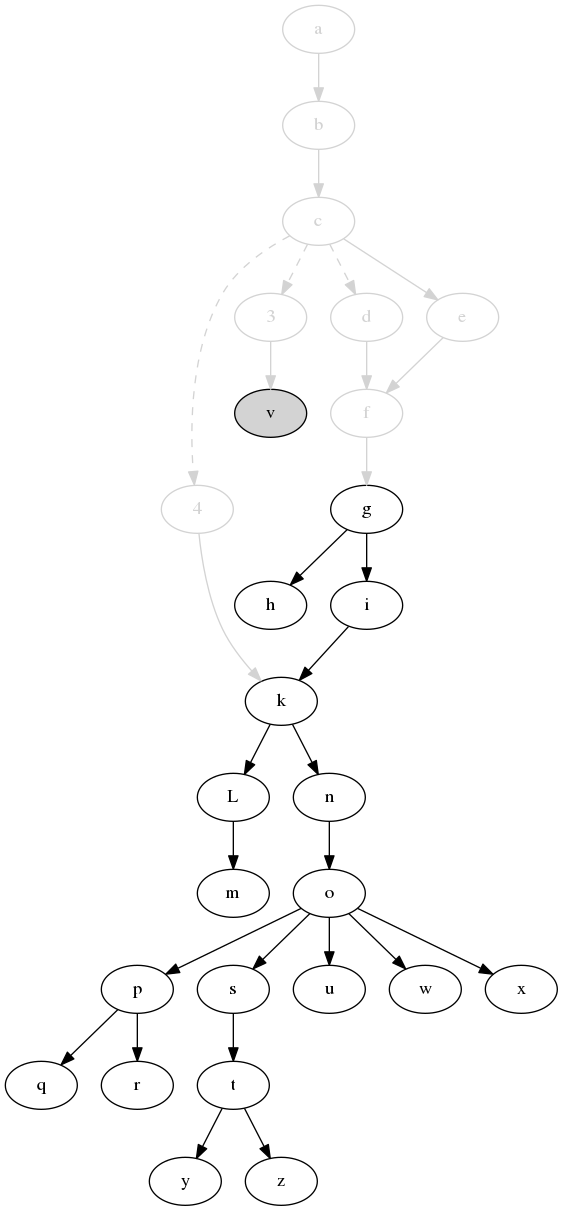
Above: svm-startup-deps.png in jdmpapin/svm-startup-deps (Graphviz), before the change. Its source is kept beside it as svm-startup-deps.dot.
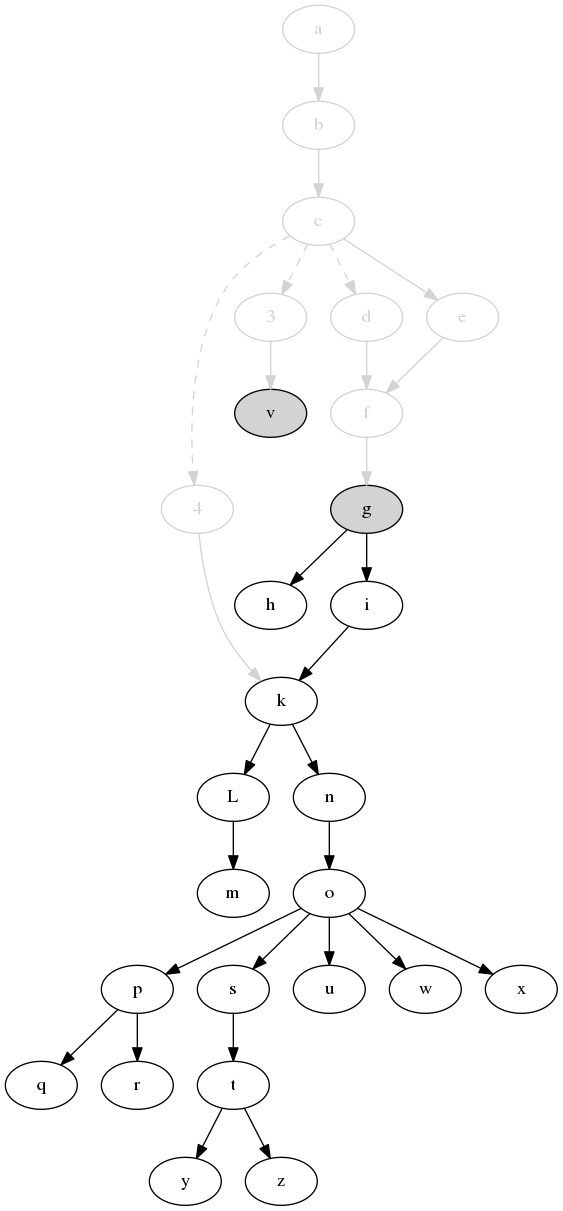
Above is the later version.

What changed in the source:
```diff
@@ -7,7 +7,7 @@
     d [color=lightgrey,fontcolor=lightgrey];
     e [color=lightgrey,fontcolor=lightgrey];
     f [color=lightgrey,fontcolor=lightgrey];
-    g;
+    g [style=filled,fillcolor=lightgrey];
     h;
     i;
     k;
```
